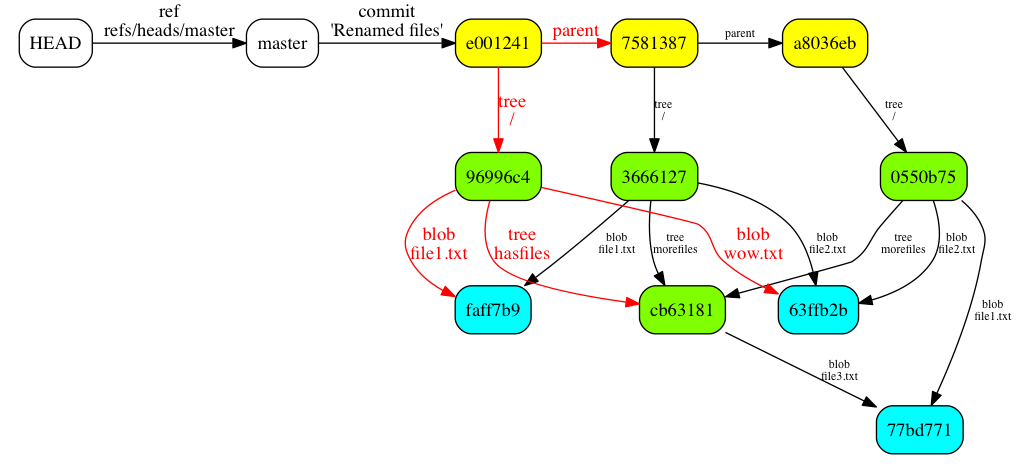
Earlier version of the Graphviz export src/images/dag03.png (jdigger/git-fundimentals-preso). Its source is kept beside it as src/viz/dag03.dot.
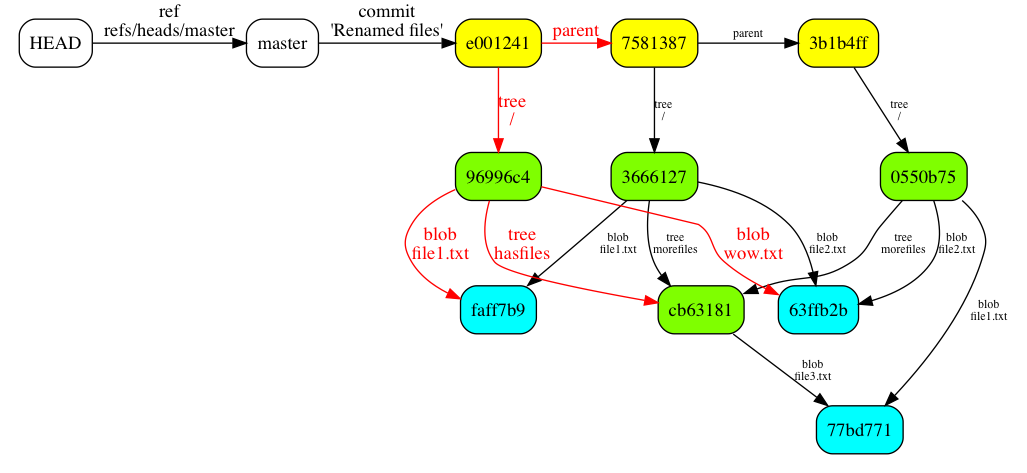
Later version of the same file.

The edit, as a diff of the source:
```diff
@@ -15,7 +15,7 @@
     subgraph /* Commits */ {
         node [fillcolor=yellow];
         rank=same;
-        "a8036eb";
+        "3b1b4ff";
         "7581387";
         "e001241";
     }
@@ -36,9 +36,9 @@
     master -> "e001241" [label=<commit<BR/>'Renamed files'> constraint=false];
     subgraph /* "old" edges */ {
         edge [fontsize="9"];
-        "7581387" -> "a8036eb" [label=<parent>];
+        "7581387" -> "3b1b4ff" [label=<parent>];
         "7581387" -> "3666127" [label=<tree<BR/>/>];
-        "a8036eb" -> "0550b75" [label=<tree<BR/>/>];
+        "3b1b4ff" -> "0550b75" [label=<tree<BR/>/>];
         "0550b75" -> "77bd771" [label=<blob<BR/>file1.txt>];
         "0550b75" -> "cb63181" [label=<tree<BR/>morefiles>];
         "3666127" -> "cb63181" [label=<tree<BR/>morefiles>];
```
